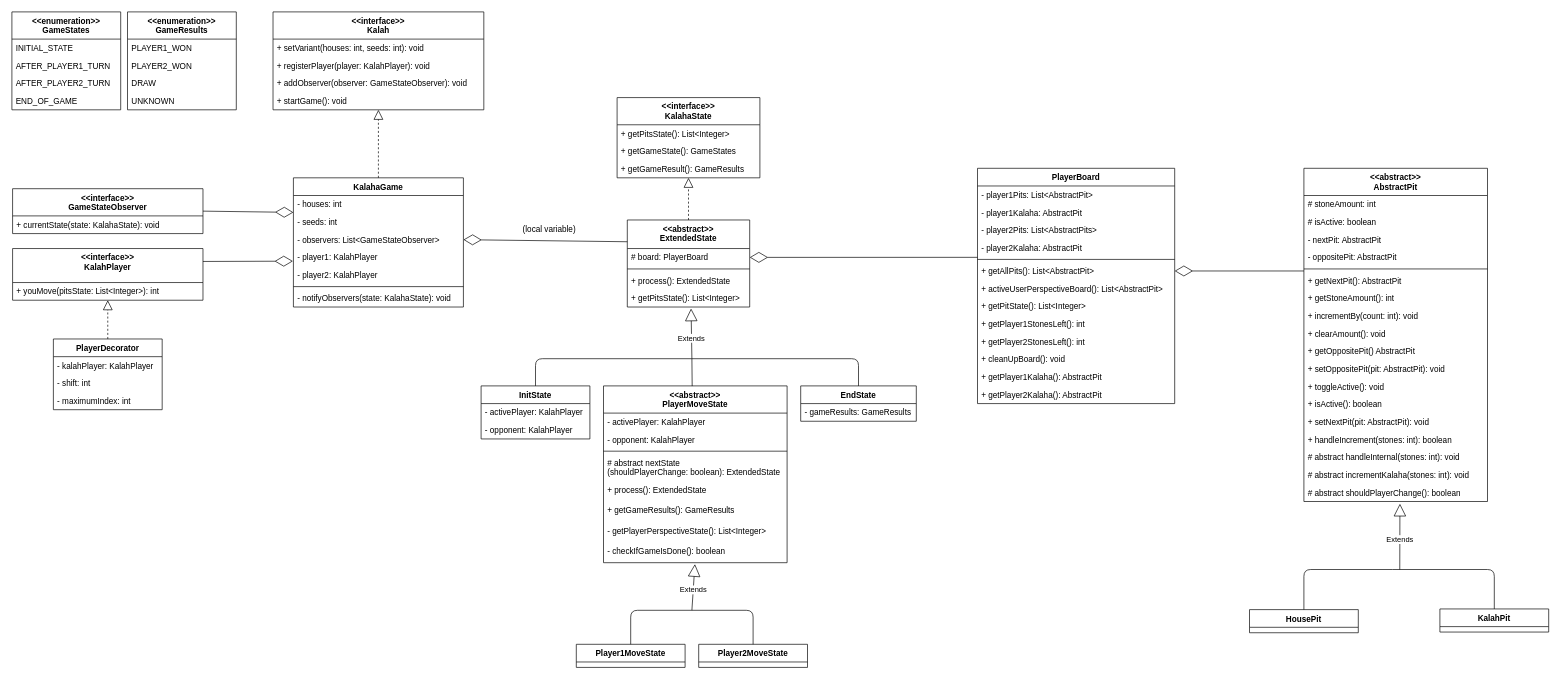
Before: class_diagram.drawio in Nevaan/uj-kalaha, a draw.io diagram. Source tidied: cells renumbered, new cells numbered last; positions are measured from the earlier drawing's top-left corner, leaving out a move shared by most shapes. Both pictures are drawn from the tidied source at 68%, with x=0, y=0 at pixel (12, 12).
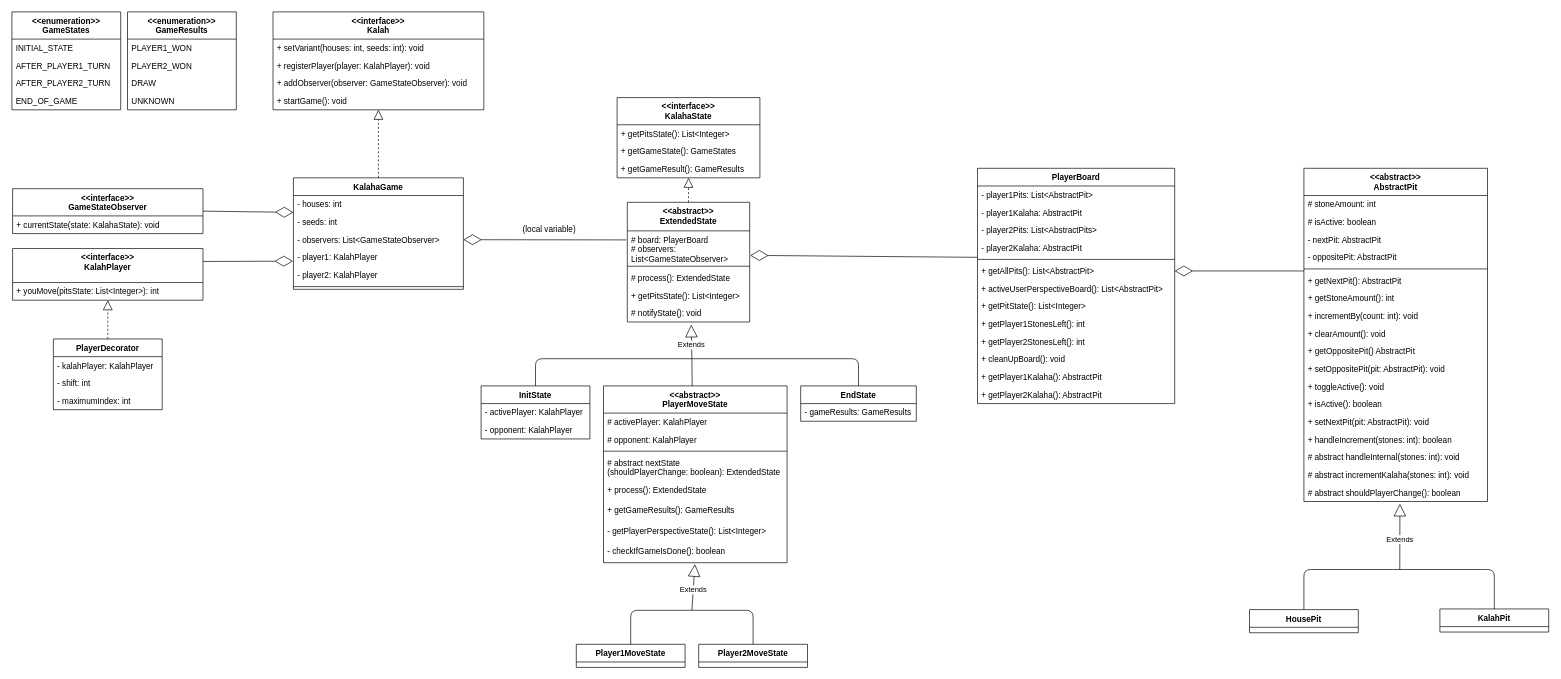
Above is the later version.

Unchanged cells that the change refers to:
```xml
<mxCell id="28" value="- observers: List&lt;GameStateObserver&gt;" style="text;strokeColor=none;fillColor=none;align=left;verticalAlign=top;spacingLeft=4;spacingRight=4;overflow=hidden;points=[[0,0.5],[1,0.5]];portConstraint=eastwest;" parent="25" vertex="1">
  <mxGeometry y="78" width="250" height="26" as="geometry" />
</mxCell>
<mxCell id="49" value="&lt;&lt;abstract&gt;&gt;&#10;PlayerMoveState" style="swimlane;fontStyle=1;align=center;verticalAlign=top;horizontal=1;startSize=40;" parent="1" vertex="1">
  <mxGeometry x="870" y="550" width="270" height="260" as="geometry" />
</mxCell>
<mxCell id="73" value="- player2Kalaha: AbstractPit" style="text;strokeColor=none;fillColor=none;align=left;verticalAlign=top;spacingLeft=4;spacingRight=4;overflow=hidden;points=[[0,0.5],[1,0.5]];portConstraint=eastwest;" parent="69" vertex="1">
  <mxGeometry y="104" width="290" height="26" as="geometry" />
</mxCell>
```

Change to the diagram source:
```diff
@@
     <mxCell id="25" value="KalahaGame" style="swimlane;fontStyle=1;align=center;verticalAlign=top;horizontal=1;startSize=26;" parent="1" vertex="1">
-      <mxGeometry x="414" y="244" width="250" height="190" as="geometry" />
+      <mxGeometry x="414" y="244" width="250" height="164" as="geometry" />
     </mxCell>
@@
-    <mxCell id="32" value="- notifyObservers(state: KalahaState): void" style="text;strokeColor=none;fillColor=none;align=left;verticalAlign=top;spacingLeft=4;spacingRight=4;overflow=hidden;" parent="25" vertex="1">
-      <mxGeometry y="164" width="250" height="26" as="geometry" />
-    </mxCell>
@@
     <mxCell id="40" value="&lt;&lt;abstract&gt;&gt;&#10;ExtendedState" style="swimlane;fontStyle=1;align=center;verticalAlign=top;horizontal=1;startSize=42;" parent="1" vertex="1">
-      <mxGeometry x="905" y="306" width="180" height="128" as="geometry" />
+      <mxGeometry x="905" y="280" width="180" height="176" as="geometry" />
     </mxCell>
-    <mxCell id="41" value="# board: PlayerBoard" style="text;strokeColor=none;fillColor=none;align=left;verticalAlign=top;spacingLeft=4;spacingRight=4;overflow=hidden;points=[[0,0.5],[1,0.5]];portConstraint=eastwest;" parent="40" vertex="1">
-      <mxGeometry y="42" width="180" height="26" as="geometry" />
+    <mxCell id="41" value="# board: PlayerBoard&#10;# observers: &#10;List&lt;GameStateObserver&gt;" style="text;strokeColor=none;fillColor=none;align=left;verticalAlign=top;spacingLeft=4;spacingRight=4;overflow=hidden;points=[[0,0.5],[1,0.5]];portConstraint=eastwest;" parent="40" vertex="1">
+      <mxGeometry y="42" width="180" height="48" as="geometry" />
     </mxCell>
     <mxCell id="42" style="line;strokeWidth=1;fillColor=none;align=left;verticalAlign=middle;spacingTop=-1;spacingLeft=3;spacingRight=3;labelPosition=right;" parent="40" vertex="1">
-      <mxGeometry y="68" width="180" height="8" as="geometry" />
+      <mxGeometry y="90" width="180" height="8" as="geometry" />
     </mxCell>
-    <mxCell id="43" value="+ process(): ExtendedState" style="text;strokeColor=none;fillColor=none;align=left;verticalAlign=top;spacingLeft=4;spacingRight=4;overflow=hidden;" parent="40" vertex="1">
-      <mxGeometry y="76" width="180" height="26" as="geometry" />
+    <mxCell id="43" value="# process(): ExtendedState" style="text;strokeColor=none;fillColor=none;align=left;verticalAlign=top;spacingLeft=4;spacingRight=4;overflow=hidden;" parent="40" vertex="1">
+      <mxGeometry y="98" width="180" height="26" as="geometry" />
     </mxCell>
     <mxCell id="44" value="+ getPitsState(): List&lt;Integer&gt;" style="text;strokeColor=none;fillColor=none;align=left;verticalAlign=top;spacingLeft=4;spacingRight=4;overflow=hidden;points=[[0,0.5],[1,0.5]];portConstraint=eastwest;" parent="40" vertex="1">
-      <mxGeometry y="102" width="180" height="26" as="geometry" />
+      <mxGeometry y="124" width="180" height="26" as="geometry" />
     </mxCell>
+    <mxCell id="112" value="# notifyState(): void" style="text;strokeColor=none;fillColor=none;align=left;verticalAlign=top;spacingLeft=4;spacingRight=4;overflow=hidden;" parent="40" vertex="1">
+      <mxGeometry y="150" width="180" height="26" as="geometry" />
+    </mxCell>
@@
-    <mxCell id="50" value="- activePlayer: KalahPlayer" style="text;strokeColor=none;fillColor=none;align=left;verticalAlign=top;spacingLeft=4;spacingRight=4;overflow=hidden;" parent="49" vertex="1">
+    <mxCell id="50" value="# activePlayer: KalahPlayer" style="text;strokeColor=none;fillColor=none;align=left;verticalAlign=top;spacingLeft=4;spacingRight=4;overflow=hidden;" parent="49" vertex="1">
       <mxGeometry y="40" width="270" height="26" as="geometry" />
     </mxCell>
-    <mxCell id="51" value="- opponent: KalahPlayer" style="text;strokeColor=none;fillColor=none;align=left;verticalAlign=top;spacingLeft=4;spacingRight=4;overflow=hidden;" parent="49" vertex="1">
+    <mxCell id="51" value="# opponent: KalahPlayer" style="text;strokeColor=none;fillColor=none;align=left;verticalAlign=top;spacingLeft=4;spacingRight=4;overflow=hidden;" parent="49" vertex="1">
       <mxGeometry y="66" width="270" height="26" as="geometry" />
     </mxCell>
@@
-    <mxCell id="60" value="Extends" style="endArrow=block;endSize=16;endFill=0;html=1;entryX=0.521;entryY=1.085;entryDx=0;entryDy=0;entryPerimeter=0;" parent="1" edge="1" target="44">
+    <mxCell id="60" value="Extends" style="endArrow=block;endSize=16;endFill=0;html=1;" parent="1" edge="1">
       <mxGeometry x="-0.19" y="1" relative="1" as="geometry">
         <mxPoint x="1000" y="510" as="sourcePoint" />
+        <mxPoint x="999" y="460" as="targetPoint" />
       </mxGeometry>
     </mxCell>
@@
-    <mxCell id="83" style="endArrow=diamondThin;endFill=0;endSize=24;html=1;entryX=1;entryY=0.5;entryDx=0;entryDy=0;exitX=0;exitY=1.036;exitDx=0;exitDy=0;exitPerimeter=0;" parent="1" edge="1" source="73" target="41">
+    <mxCell id="83" style="endArrow=diamondThin;endFill=0;endSize=24;html=1;entryX=1.004;entryY=0.751;entryDx=0;entryDy=0;exitX=0;exitY=1.036;exitDx=0;exitDy=0;exitPerimeter=0;entryPerimeter=0;" parent="1" edge="1" source="73" target="41">
       <mxGeometry relative="1" as="geometry" />
     </mxCell>
@@
-    <mxCell id="110" style="endArrow=diamondThin;endFill=0;endSize=24;html=1;entryX=1;entryY=0.5;entryDx=0;entryDy=0;exitX=0;exitY=0.25;exitDx=0;exitDy=0;" parent="1" edge="1" source="40" target="28">
+    <mxCell id="110" style="endArrow=diamondThin;endFill=0;endSize=24;html=1;entryX=1;entryY=0.5;entryDx=0;entryDy=0;exitX=-0.008;exitY=0.277;exitDx=0;exitDy=0;exitPerimeter=0;" parent="1" edge="1" source="41" target="28">
       <mxGeometry relative="1" as="geometry" />
     </mxCell>
```
